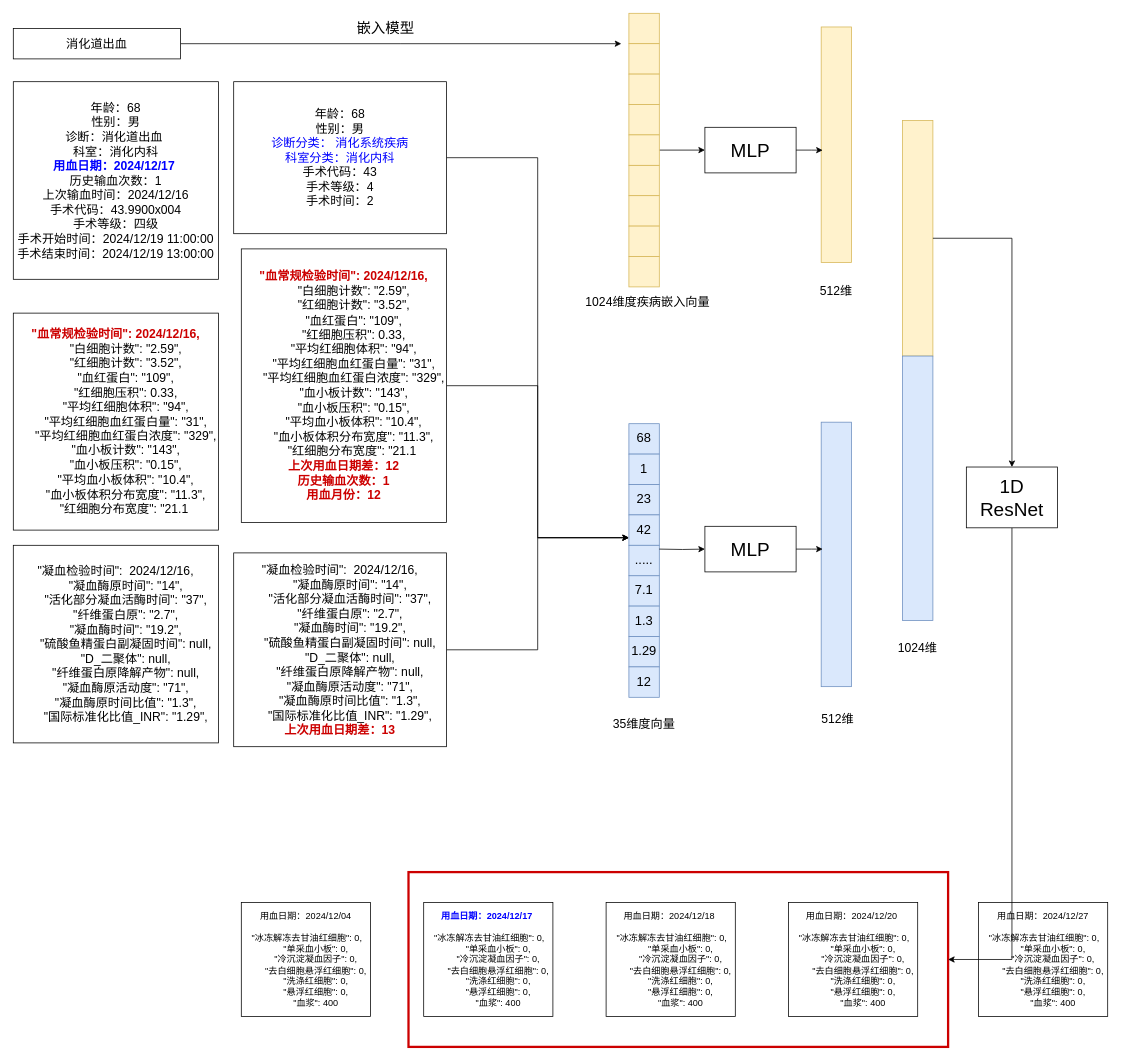
Above: 输血预测模型.drawio in SongyuanC/supermall (draw.io), before the change. Source tidied: cells renumbered, new cells numbered last; positions are measured from the earlier drawing's top-left corner, leaving out a move shared by most shapes. Both pictures are drawn from the tidied source at 76%, with x=0, y=0 at pixel (13, 13).
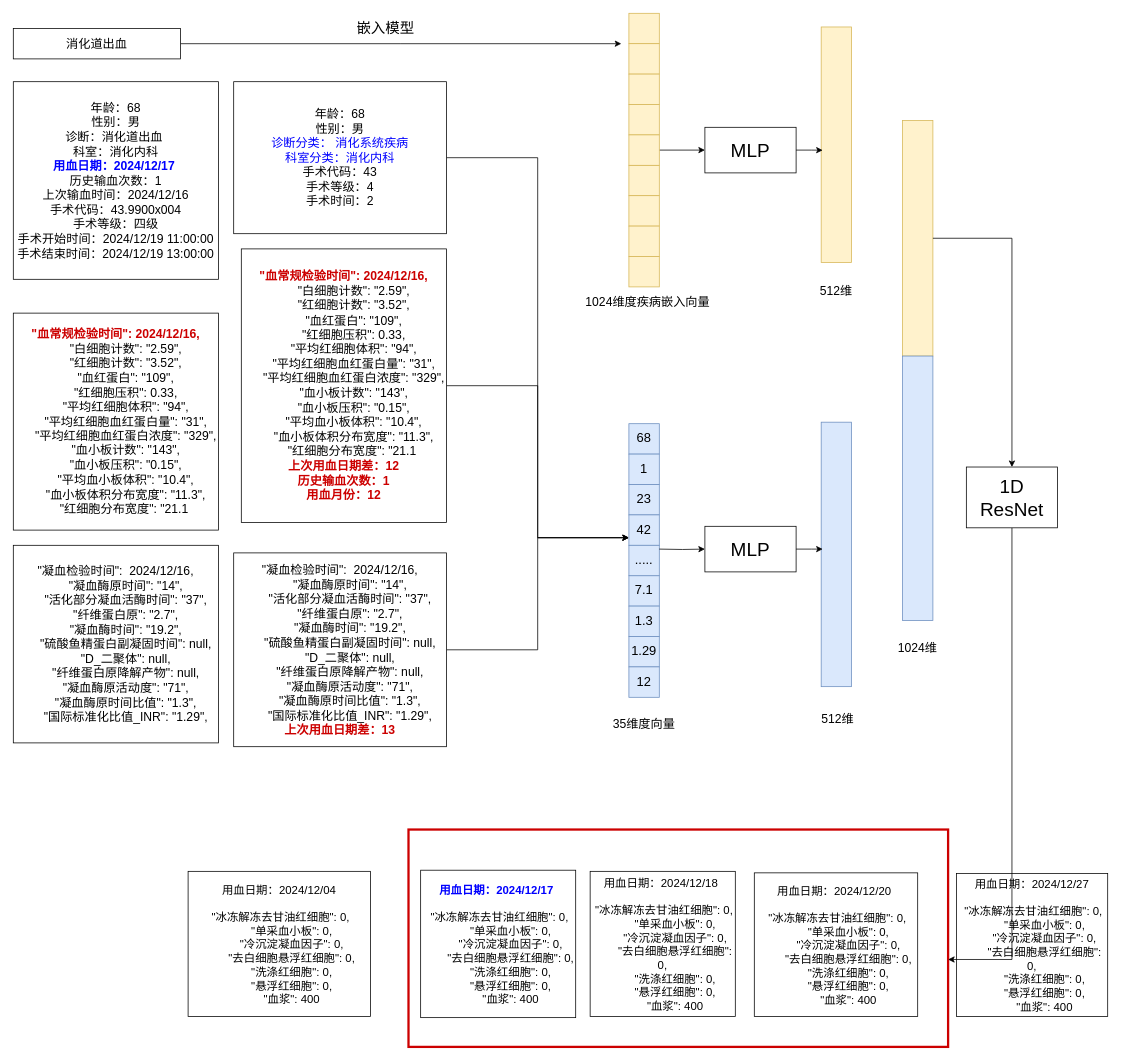
After the change.

Commit message (it also covers changes not shown here):
更新输血预测模型.drawio

What changed in the source:
```diff
@@
+    <mxCell id="10" style="rounded=0;whiteSpace=wrap;html=1;fillColor=none;strokeColor=#CC0000;strokeWidth=3;" parent="1" vertex="1">
+      <mxGeometry x="520" y="1074" width="710" height="286" as="geometry" />
+    </mxCell>
@@
-    <mxCell id="5" value="&lt;div&gt;&lt;b&gt;&lt;font style=&quot;color: rgb(0, 0, 255);&quot;&gt;用血日期：&lt;/font&gt;&lt;/b&gt;&lt;span style=&quot;background-color: transparent;&quot;&gt;&lt;b style=&quot;&quot;&gt;&lt;font style=&quot;color: rgb(0, 0, 255);&quot;&gt;2024/12/17&lt;/font&gt;&lt;/b&gt;&lt;font style=&quot;color: rgb(0, 0, 255);&quot;&gt;&amp;nbsp;&lt;/font&gt;&lt;/span&gt;&lt;/div&gt;&lt;div&gt;&lt;br&gt;&lt;/div&gt;&lt;div&gt;&amp;nbsp;&quot;冰冻解冻去甘油红细胞&quot;: 0,&lt;/div&gt;&lt;div&gt;&amp;nbsp; &amp;nbsp; &amp;nbsp; &amp;nbsp; &quot;单采血小板&quot;: 0,&lt;/div&gt;&lt;div&gt;&amp;nbsp; &amp;nbsp; &amp;nbsp; &amp;nbsp; &quot;冷沉淀凝血因子&quot;: 0,&lt;/div&gt;&lt;div&gt;&amp;nbsp; &amp;nbsp; &amp;nbsp; &amp;nbsp; &quot;去白细胞悬浮红细胞&quot;: 0,&lt;/div&gt;&lt;div&gt;&amp;nbsp; &amp;nbsp; &amp;nbsp; &amp;nbsp; &quot;洗涤红细胞&quot;: 0,&lt;/div&gt;&lt;div&gt;&amp;nbsp; &amp;nbsp; &amp;nbsp; &amp;nbsp; &quot;悬浮红细胞&quot;: 0,&lt;/div&gt;&lt;div&gt;&amp;nbsp; &amp;nbsp; &amp;nbsp; &amp;nbsp; &quot;血浆&quot;: 400&lt;/div&gt;" style="rounded=0;whiteSpace=wrap;html=1;" parent="1" vertex="1">
-      <mxGeometry x="540" y="1170" width="170" height="150" as="geometry" />
+    <mxCell id="5" value="&lt;div&gt;&lt;b&gt;&lt;font style=&quot;color: rgb(0, 0, 255);&quot;&gt;用血日期：&lt;/font&gt;&lt;/b&gt;&lt;span style=&quot;background-color: transparent;&quot;&gt;&lt;b&gt;&lt;font style=&quot;color: rgb(0, 0, 255);&quot;&gt;2024/12/17&lt;/font&gt;&lt;/b&gt;&lt;font style=&quot;color: rgb(0, 0, 255);&quot;&gt;&amp;nbsp;&lt;/font&gt;&lt;/span&gt;&lt;/div&gt;&lt;div&gt;&lt;br&gt;&lt;/div&gt;&lt;div&gt;&amp;nbsp;&quot;冰冻解冻去甘油红细胞&quot;: 0,&lt;/div&gt;&lt;div&gt;&amp;nbsp; &amp;nbsp; &amp;nbsp; &amp;nbsp; &quot;单采血小板&quot;: 0,&lt;/div&gt;&lt;div&gt;&amp;nbsp; &amp;nbsp; &amp;nbsp; &amp;nbsp; &quot;冷沉淀凝血因子&quot;: 0,&lt;/div&gt;&lt;div&gt;&amp;nbsp; &amp;nbsp; &amp;nbsp; &amp;nbsp; &quot;去白细胞悬浮红细胞&quot;: 0,&lt;/div&gt;&lt;div&gt;&amp;nbsp; &amp;nbsp; &amp;nbsp; &amp;nbsp; &quot;洗涤红细胞&quot;: 0,&lt;/div&gt;&lt;div&gt;&amp;nbsp; &amp;nbsp; &amp;nbsp; &amp;nbsp; &quot;悬浮红细胞&quot;: 0,&lt;/div&gt;&lt;div&gt;&amp;nbsp; &amp;nbsp; &amp;nbsp; &amp;nbsp; &quot;血浆&quot;: 400&lt;/div&gt;" style="rounded=0;whiteSpace=wrap;html=1;fontSize=15;" parent="1" vertex="1">
+      <mxGeometry x="536" y="1127.5" width="204" height="194" as="geometry" />
     </mxCell>
-    <mxCell id="6" value="&lt;div&gt;用血日期：&lt;span style=&quot;background-color: transparent; color: light-dark(rgb(0, 0, 0), rgb(255, 255, 255));&quot;&gt;2024/12/18&amp;nbsp;&lt;/span&gt;&lt;/div&gt;&lt;div&gt;&lt;br&gt;&lt;/div&gt;&lt;div&gt;&amp;nbsp;&quot;冰冻解冻去甘油红细胞&quot;: 0,&lt;/div&gt;&lt;div&gt;&amp;nbsp; &amp;nbsp; &amp;nbsp; &amp;nbsp; &quot;单采血小板&quot;: 0,&lt;/div&gt;&lt;div&gt;&amp;nbsp; &amp;nbsp; &amp;nbsp; &amp;nbsp; &quot;冷沉淀凝血因子&quot;: 0,&lt;/div&gt;&lt;div&gt;&amp;nbsp; &amp;nbsp; &amp;nbsp; &amp;nbsp; &quot;去白细胞悬浮红细胞&quot;: 0,&lt;/div&gt;&lt;div&gt;&amp;nbsp; &amp;nbsp; &amp;nbsp; &amp;nbsp; &quot;洗涤红细胞&quot;: 0,&lt;/div&gt;&lt;div&gt;&amp;nbsp; &amp;nbsp; &amp;nbsp; &amp;nbsp; &quot;悬浮红细胞&quot;: 0,&lt;/div&gt;&lt;div&gt;&amp;nbsp; &amp;nbsp; &amp;nbsp; &amp;nbsp; &quot;血浆&quot;: 400&lt;/div&gt;" style="rounded=0;whiteSpace=wrap;html=1;" parent="1" vertex="1">
-      <mxGeometry x="780" y="1170" width="170" height="150" as="geometry" />
+    <mxCell id="6" value="&lt;div&gt;用血日期：&lt;span style=&quot;background-color: transparent; color: light-dark(rgb(0, 0, 0), rgb(255, 255, 255));&quot;&gt;2024/12/18&amp;nbsp;&lt;/span&gt;&lt;/div&gt;&lt;div&gt;&lt;br&gt;&lt;/div&gt;&lt;div&gt;&amp;nbsp;&quot;冰冻解冻去甘油红细胞&quot;: 0,&lt;/div&gt;&lt;div&gt;&amp;nbsp; &amp;nbsp; &amp;nbsp; &amp;nbsp; &quot;单采血小板&quot;: 0,&lt;/div&gt;&lt;div&gt;&amp;nbsp; &amp;nbsp; &amp;nbsp; &amp;nbsp; &quot;冷沉淀凝血因子&quot;: 0,&lt;/div&gt;&lt;div&gt;&amp;nbsp; &amp;nbsp; &amp;nbsp; &amp;nbsp; &quot;去白细胞悬浮红细胞&quot;: 0,&lt;/div&gt;&lt;div&gt;&amp;nbsp; &amp;nbsp; &amp;nbsp; &amp;nbsp; &quot;洗涤红细胞&quot;: 0,&lt;/div&gt;&lt;div&gt;&amp;nbsp; &amp;nbsp; &amp;nbsp; &amp;nbsp; &quot;悬浮红细胞&quot;: 0,&lt;/div&gt;&lt;div&gt;&amp;nbsp; &amp;nbsp; &amp;nbsp; &amp;nbsp; &quot;血浆&quot;: 400&lt;/div&gt;" style="rounded=0;whiteSpace=wrap;html=1;fontSize=15;" parent="1" vertex="1">
+      <mxGeometry x="759" y="1129" width="191" height="191" as="geometry" />
     </mxCell>
-    <mxCell id="7" value="&lt;div&gt;用血日期：&lt;span style=&quot;background-color: transparent; color: light-dark(rgb(0, 0, 0), rgb(255, 255, 255));&quot;&gt;2024/12/20&amp;nbsp;&lt;/span&gt;&lt;/div&gt;&lt;div&gt;&lt;br&gt;&lt;/div&gt;&lt;div&gt;&amp;nbsp;&quot;冰冻解冻去甘油红细胞&quot;: 0,&lt;/div&gt;&lt;div&gt;&amp;nbsp; &amp;nbsp; &amp;nbsp; &amp;nbsp; &quot;单采血小板&quot;: 0,&lt;/div&gt;&lt;div&gt;&amp;nbsp; &amp;nbsp; &amp;nbsp; &amp;nbsp; &quot;冷沉淀凝血因子&quot;: 0,&lt;/div&gt;&lt;div&gt;&amp;nbsp; &amp;nbsp; &amp;nbsp; &amp;nbsp; &quot;去白细胞悬浮红细胞&quot;: 0,&lt;/div&gt;&lt;div&gt;&amp;nbsp; &amp;nbsp; &amp;nbsp; &amp;nbsp; &quot;洗涤红细胞&quot;: 0,&lt;/div&gt;&lt;div&gt;&amp;nbsp; &amp;nbsp; &amp;nbsp; &amp;nbsp; &quot;悬浮红细胞&quot;: 0,&lt;/div&gt;&lt;div&gt;&amp;nbsp; &amp;nbsp; &amp;nbsp; &amp;nbsp; &quot;血浆&quot;: 400&lt;/div&gt;" style="rounded=0;whiteSpace=wrap;html=1;" parent="1" vertex="1">
-      <mxGeometry x="1020" y="1170" width="170" height="150" as="geometry" />
+    <mxCell id="7" value="&lt;div&gt;用血日期：&lt;span style=&quot;background-color: transparent; color: light-dark(rgb(0, 0, 0), rgb(255, 255, 255));&quot;&gt;2024/12/20&amp;nbsp;&lt;/span&gt;&lt;/div&gt;&lt;div&gt;&lt;br&gt;&lt;/div&gt;&lt;div&gt;&amp;nbsp;&quot;冰冻解冻去甘油红细胞&quot;: 0,&lt;/div&gt;&lt;div&gt;&amp;nbsp; &amp;nbsp; &amp;nbsp; &amp;nbsp; &quot;单采血小板&quot;: 0,&lt;/div&gt;&lt;div&gt;&amp;nbsp; &amp;nbsp; &amp;nbsp; &amp;nbsp; &quot;冷沉淀凝血因子&quot;: 0,&lt;/div&gt;&lt;div&gt;&amp;nbsp; &amp;nbsp; &amp;nbsp; &amp;nbsp; &quot;去白细胞悬浮红细胞&quot;: 0,&lt;/div&gt;&lt;div&gt;&amp;nbsp; &amp;nbsp; &amp;nbsp; &amp;nbsp; &quot;洗涤红细胞&quot;: 0,&lt;/div&gt;&lt;div&gt;&amp;nbsp; &amp;nbsp; &amp;nbsp; &amp;nbsp; &quot;悬浮红细胞&quot;: 0,&lt;/div&gt;&lt;div&gt;&amp;nbsp; &amp;nbsp; &amp;nbsp; &amp;nbsp; &quot;血浆&quot;: 400&lt;/div&gt;" style="rounded=0;whiteSpace=wrap;html=1;fontSize=15;" parent="1" vertex="1">
+      <mxGeometry x="975" y="1131" width="215" height="189" as="geometry" />
     </mxCell>
-    <mxCell id="8" value="&lt;div&gt;用血日期：&lt;span style=&quot;background-color: transparent; color: light-dark(rgb(0, 0, 0), rgb(255, 255, 255));&quot;&gt;2024/12/04&lt;/span&gt;&lt;/div&gt;&lt;div&gt;&lt;br&gt;&lt;/div&gt;&lt;div&gt;&amp;nbsp;&quot;冰冻解冻去甘油红细胞&quot;: 0,&lt;/div&gt;&lt;div&gt;&amp;nbsp; &amp;nbsp; &amp;nbsp; &amp;nbsp; &quot;单采血小板&quot;: 0,&lt;/div&gt;&lt;div&gt;&amp;nbsp; &amp;nbsp; &amp;nbsp; &amp;nbsp; &quot;冷沉淀凝血因子&quot;: 0,&lt;/div&gt;&lt;div&gt;&amp;nbsp; &amp;nbsp; &amp;nbsp; &amp;nbsp; &quot;去白细胞悬浮红细胞&quot;: 0,&lt;/div&gt;&lt;div&gt;&amp;nbsp; &amp;nbsp; &amp;nbsp; &amp;nbsp; &quot;洗涤红细胞&quot;: 0,&lt;/div&gt;&lt;div&gt;&amp;nbsp; &amp;nbsp; &amp;nbsp; &amp;nbsp; &quot;悬浮红细胞&quot;: 0,&lt;/div&gt;&lt;div&gt;&amp;nbsp; &amp;nbsp; &amp;nbsp; &amp;nbsp; &quot;血浆&quot;: 400&lt;/div&gt;" style="rounded=0;whiteSpace=wrap;html=1;" parent="1" vertex="1">
-      <mxGeometry x="300" y="1170" width="170" height="150" as="geometry" />
+    <mxCell id="8" value="&lt;div&gt;用血日期：&lt;span style=&quot;background-color: transparent; color: light-dark(rgb(0, 0, 0), rgb(255, 255, 255));&quot;&gt;2024/12/04&lt;/span&gt;&lt;/div&gt;&lt;div&gt;&lt;br&gt;&lt;/div&gt;&lt;div&gt;&amp;nbsp;&quot;冰冻解冻去甘油红细胞&quot;: 0,&lt;/div&gt;&lt;div&gt;&amp;nbsp; &amp;nbsp; &amp;nbsp; &amp;nbsp; &quot;单采血小板&quot;: 0,&lt;/div&gt;&lt;div&gt;&amp;nbsp; &amp;nbsp; &amp;nbsp; &amp;nbsp; &quot;冷沉淀凝血因子&quot;: 0,&lt;/div&gt;&lt;div&gt;&amp;nbsp; &amp;nbsp; &amp;nbsp; &amp;nbsp; &quot;去白细胞悬浮红细胞&quot;: 0,&lt;/div&gt;&lt;div&gt;&amp;nbsp; &amp;nbsp; &amp;nbsp; &amp;nbsp; &quot;洗涤红细胞&quot;: 0,&lt;/div&gt;&lt;div&gt;&amp;nbsp; &amp;nbsp; &amp;nbsp; &amp;nbsp; &quot;悬浮红细胞&quot;: 0,&lt;/div&gt;&lt;div&gt;&amp;nbsp; &amp;nbsp; &amp;nbsp; &amp;nbsp; &quot;血浆&quot;: 400&lt;/div&gt;" style="rounded=0;whiteSpace=wrap;html=1;fontSize=15;" parent="1" vertex="1">
+      <mxGeometry x="230" y="1129" width="240" height="191" as="geometry" />
     </mxCell>
-    <mxCell id="9" value="&lt;div&gt;用血日期：&lt;span style=&quot;background-color: transparent; color: light-dark(rgb(0, 0, 0), rgb(255, 255, 255));&quot;&gt;2024/12/27&lt;/span&gt;&lt;/div&gt;&lt;div&gt;&lt;br&gt;&lt;/div&gt;&lt;div&gt;&amp;nbsp;&quot;冰冻解冻去甘油红细胞&quot;: 0,&lt;/div&gt;&lt;div&gt;&amp;nbsp; &amp;nbsp; &amp;nbsp; &amp;nbsp; &quot;单采血小板&quot;: 0,&lt;/div&gt;&lt;div&gt;&amp;nbsp; &amp;nbsp; &amp;nbsp; &amp;nbsp; &quot;冷沉淀凝血因子&quot;: 0,&lt;/div&gt;&lt;div&gt;&amp;nbsp; &amp;nbsp; &amp;nbsp; &amp;nbsp; &quot;去白细胞悬浮红细胞&quot;: 0,&lt;/div&gt;&lt;div&gt;&amp;nbsp; &amp;nbsp; &amp;nbsp; &amp;nbsp; &quot;洗涤红细胞&quot;: 0,&lt;/div&gt;&lt;div&gt;&amp;nbsp; &amp;nbsp; &amp;nbsp; &amp;nbsp; &quot;悬浮红细胞&quot;: 0,&lt;/div&gt;&lt;div&gt;&amp;nbsp; &amp;nbsp; &amp;nbsp; &amp;nbsp; &quot;血浆&quot;: 400&lt;/div&gt;" style="rounded=0;whiteSpace=wrap;html=1;" parent="1" vertex="1">
-      <mxGeometry x="1270" y="1170" width="170" height="150" as="geometry" />
+    <mxCell id="9" value="&lt;div&gt;用血日期：&lt;span style=&quot;background-color: transparent; color: light-dark(rgb(0, 0, 0), rgb(255, 255, 255));&quot;&gt;2024/12/27&lt;/span&gt;&lt;/div&gt;&lt;div&gt;&lt;br&gt;&lt;/div&gt;&lt;div&gt;&amp;nbsp;&quot;冰冻解冻去甘油红细胞&quot;: 0,&lt;/div&gt;&lt;div&gt;&amp;nbsp; &amp;nbsp; &amp;nbsp; &amp;nbsp; &quot;单采血小板&quot;: 0,&lt;/div&gt;&lt;div&gt;&amp;nbsp; &amp;nbsp; &amp;nbsp; &amp;nbsp; &quot;冷沉淀凝血因子&quot;: 0,&lt;/div&gt;&lt;div&gt;&amp;nbsp; &amp;nbsp; &amp;nbsp; &amp;nbsp; &quot;去白细胞悬浮红细胞&quot;: 0,&lt;/div&gt;&lt;div&gt;&amp;nbsp; &amp;nbsp; &amp;nbsp; &amp;nbsp; &quot;洗涤红细胞&quot;: 0,&lt;/div&gt;&lt;div&gt;&amp;nbsp; &amp;nbsp; &amp;nbsp; &amp;nbsp; &quot;悬浮红细胞&quot;: 0,&lt;/div&gt;&lt;div&gt;&amp;nbsp; &amp;nbsp; &amp;nbsp; &amp;nbsp; &quot;血浆&quot;: 400&lt;/div&gt;" style="rounded=0;whiteSpace=wrap;html=1;fontSize=15;" parent="1" vertex="1">
+      <mxGeometry x="1241" y="1132" width="199" height="188" as="geometry" />
     </mxCell>
-    <mxCell id="10" style="rounded=0;whiteSpace=wrap;html=1;fillColor=none;strokeColor=#CC0000;strokeWidth=3;" parent="1" vertex="1">
-      <mxGeometry x="520" y="1130" width="710" height="230" as="geometry" />
-    </mxCell>
```
